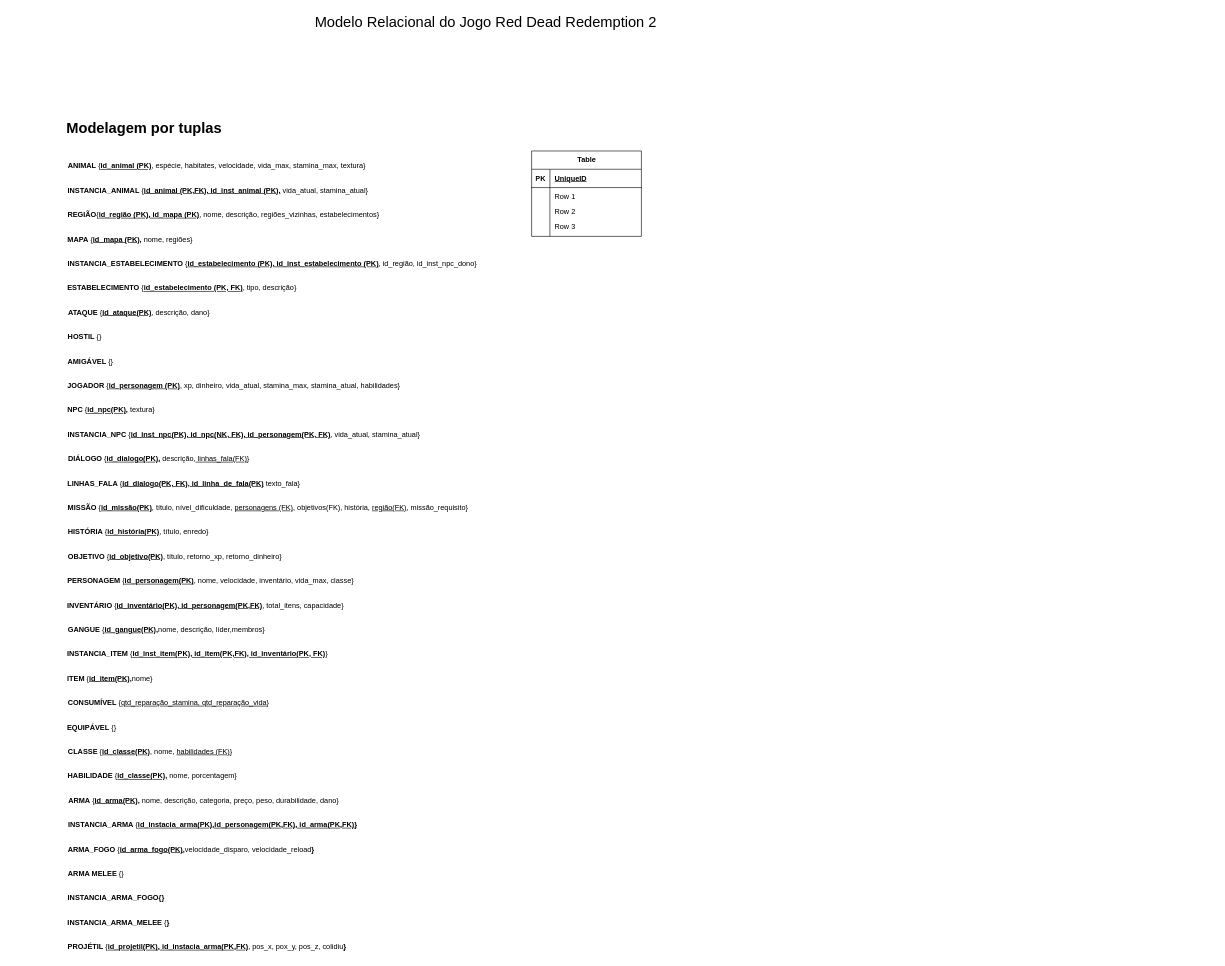
Before: entregas/entrega1/MREL/MREL.drawio in SBD1/2024.1-Red_Dead_Redemption2, a draw.io diagram. Source tidied: cells renumbered, new cells numbered last; positions are measured from the earlier drawing's top-left corner, leaving out a move shared by most shapes. Both pictures are drawn from the tidied source at 61%, with x=0, y=0 at pixel (10, 10).
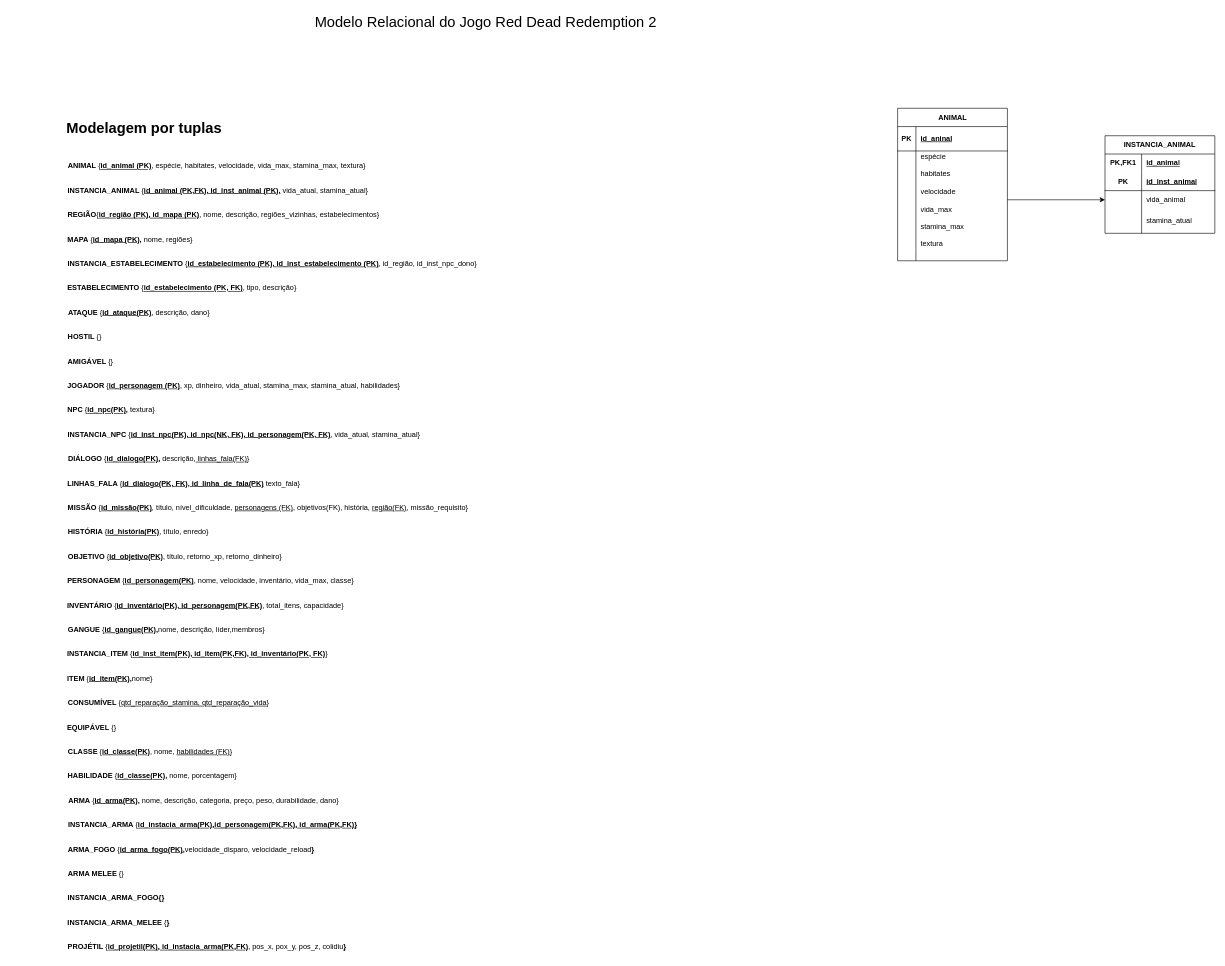
The same page after the edit.

Commit message:
Adicionas as primeiras tabelas MREL.drawio

The edit, as a diff of the source:
```diff
@@
-    <mxCell id="2" value="Table" style="shape=table;startSize=30;childLayout=tableLayout;rowLines=0;fontStyle=1;align=center;html=1;" parent="1" vertex="1">
-      <mxGeometry x="854" y="230" width="180" height="140" as="geometry" />
+    <mxCell id="2" value="ANIMAL" style="shape=table;startSize=30;childLayout=tableLayout;rowLines=0;fontStyle=1;align=center;html=1;" parent="1" vertex="1">
+      <mxGeometry x="1454" y="160" width="180" height="250" as="geometry" />
     </mxCell>
     <mxCell id="3" style="shape=tableRow;horizontal=0;startSize=0;swimlaneHead=0;swimlaneBody=0;fillColor=none;top=0;left=0;right=0;bottom=1;" parent="2" vertex="1">
-      <mxGeometry y="30" width="180" height="30" as="geometry" />
+      <mxGeometry y="30" width="180" height="40" as="geometry" />
     </mxCell>
     <mxCell id="4" value="PK" style="shape=partialRectangle;fillColor=none;top=0;left=0;bottom=0;right=0;fontStyle=1;overflow=hidden;whiteSpace=wrap;html=1;" parent="3" vertex="1">
-      <mxGeometry width="30" height="30" as="geometry" />
+      <mxGeometry width="30" height="40" as="geometry" />
     </mxCell>
-    <mxCell id="5" value="UniqueID" style="shape=partialRectangle;fillColor=none;top=0;left=0;bottom=0;right=0;align=left;spacingLeft=6;fontStyle=5;overflow=hidden;whiteSpace=wrap;html=1;" parent="3" vertex="1">
-      <mxGeometry x="30" width="150" height="30" as="geometry" />
+    <mxCell id="5" value="id_aninal" style="shape=partialRectangle;fillColor=none;top=0;left=0;bottom=0;right=0;align=left;spacingLeft=6;fontStyle=5;overflow=hidden;whiteSpace=wrap;html=1;" parent="3" vertex="1">
+      <mxGeometry x="30" width="150" height="40" as="geometry" />
     </mxCell>
     <mxCell id="6" style="shape=tableRow;horizontal=0;startSize=0;swimlaneHead=0;swimlaneBody=0;fillColor=none;points=[[0,0.5],[1,0.5]];portConstraint=eastwest;top=0;left=0;right=0;bottom=0;" parent="2" vertex="1">
-      <mxGeometry y="60" width="180" height="30" as="geometry" />
+      <mxGeometry y="70" width="180" height="160" as="geometry" />
     </mxCell>
     <mxCell id="7" style="shape=partialRectangle;fillColor=none;top=0;left=0;bottom=0;right=0;overflow=hidden;whiteSpace=wrap;html=1;" parent="6" vertex="1">
-      <mxGeometry width="30" height="30" as="geometry" />
+      <mxGeometry width="30" height="160" as="geometry" />
     </mxCell>
-    <mxCell id="8" value="Row 1" style="shape=partialRectangle;fillColor=none;top=0;left=0;bottom=0;right=0;align=left;spacingLeft=6;overflow=hidden;whiteSpace=wrap;html=1;" parent="6" vertex="1">
-      <mxGeometry x="30" width="150" height="30" as="geometry" />
+    <mxCell id="8" value="espécie&lt;br&gt;&lt;br&gt;&lt;div&gt;habitates&lt;br&gt;&lt;br&gt;velocidade&lt;br&gt;&lt;br&gt;vida_max&lt;br&gt;&lt;br&gt;stamina_max&lt;br&gt;&lt;br&gt;textura&lt;/div&gt;&lt;div&gt;&lt;br&gt;&lt;/div&gt;" style="shape=partialRectangle;fillColor=none;top=0;left=0;bottom=0;right=0;align=left;spacingLeft=6;overflow=hidden;whiteSpace=wrap;html=1;" parent="6" vertex="1">
+      <mxGeometry x="30" width="150" height="160" as="geometry" />
     </mxCell>
     <mxCell id="9" style="shape=tableRow;horizontal=0;startSize=0;swimlaneHead=0;swimlaneBody=0;fillColor=none;top=0;left=0;right=0;bottom=0;" parent="2" vertex="1">
-      <mxGeometry y="90" width="180" height="20" as="geometry" />
+      <mxGeometry y="230" width="180" height="20" as="geometry" />
     </mxCell>
@@
-    <mxCell id="11" value="Row 2" style="shape=partialRectangle;fillColor=none;top=0;left=0;bottom=0;right=0;align=left;spacingLeft=6;overflow=hidden;whiteSpace=wrap;html=1;" parent="9" vertex="1">
+    <mxCell id="11" style="shape=partialRectangle;fillColor=none;top=0;left=0;bottom=0;right=0;align=left;spacingLeft=6;overflow=hidden;whiteSpace=wrap;html=1;" parent="9" vertex="1">
       <mxGeometry x="30" width="150" height="20" as="geometry" />
     </mxCell>
-    <mxCell id="12" style="shape=tableRow;horizontal=0;startSize=0;swimlaneHead=0;swimlaneBody=0;fillColor=none;top=0;left=0;right=0;bottom=0;" parent="2" vertex="1">
-      <mxGeometry y="110" width="180" height="30" as="geometry" />
-    </mxCell>
-    <mxCell id="13" style="shape=partialRectangle;fillColor=none;top=0;left=0;bottom=0;right=0;overflow=hidden;whiteSpace=wrap;html=1;" parent="12" vertex="1">
-      <mxGeometry width="30" height="30" as="geometry" />
-    </mxCell>
-    <mxCell id="14" value="Row 3" style="shape=partialRectangle;fillColor=none;top=0;left=0;bottom=0;right=0;align=left;spacingLeft=6;overflow=hidden;whiteSpace=wrap;html=1;" parent="12" vertex="1">
-      <mxGeometry x="30" width="150" height="30" as="geometry" />
-    </mxCell>
@@
+    <mxCell id="50" value="INSTANCIA_ANIMAL" style="shape=table;startSize=30;childLayout=tableLayout;rowLines=0;fontStyle=1;align=center;html=1;whiteSpace=wrap;" parent="1" vertex="1">
+      <mxGeometry x="1794" y="205" width="180" height="160" as="geometry" />
+    </mxCell>
+    <mxCell id="51" style="shape=tableRow;horizontal=0;startSize=0;swimlaneHead=0;swimlaneBody=0;fillColor=none;top=0;left=0;right=0;bottom=0;html=1;" parent="50" vertex="1">
+      <mxGeometry y="30" width="180" height="30" as="geometry" />
+    </mxCell>
+    <mxCell id="52" value="PK,FK1" style="shape=partialRectangle;fillColor=none;top=0;left=0;bottom=0;right=0;fontStyle=1;overflow=hidden;html=1;whiteSpace=wrap;" parent="51" vertex="1">
+      <mxGeometry width="60" height="30" as="geometry" />
+    </mxCell>
+    <mxCell id="53" value="id_animal" style="shape=partialRectangle;fillColor=none;top=0;left=0;bottom=0;right=0;align=left;spacingLeft=6;fontStyle=5;overflow=hidden;html=1;whiteSpace=wrap;" parent="51" vertex="1">
+      <mxGeometry x="60" width="120" height="30" as="geometry" />
+    </mxCell>
+    <mxCell id="54" style="shape=tableRow;horizontal=0;startSize=0;swimlaneHead=0;swimlaneBody=0;fillColor=none;top=0;left=0;right=0;bottom=1;html=1;" parent="50" vertex="1">
+      <mxGeometry y="60" width="180" height="30" as="geometry" />
+    </mxCell>
+    <mxCell id="55" value="PK" style="shape=partialRectangle;fillColor=none;top=0;left=0;bottom=0;right=0;fontStyle=1;overflow=hidden;html=1;whiteSpace=wrap;" parent="54" vertex="1">
+      <mxGeometry width="60" height="30" as="geometry" />
+    </mxCell>
+    <mxCell id="56" value="id_inst_animal" style="shape=partialRectangle;fillColor=none;top=0;left=0;bottom=0;right=0;align=left;spacingLeft=6;fontStyle=5;overflow=hidden;html=1;whiteSpace=wrap;" parent="54" vertex="1">
+      <mxGeometry x="60" width="120" height="30" as="geometry" />
+    </mxCell>
+    <mxCell id="57" style="shape=tableRow;horizontal=0;startSize=0;swimlaneHead=0;swimlaneBody=0;fillColor=none;points=[[0,0.5],[1,0.5]];portConstraint=eastwest;top=0;left=0;right=0;bottom=0;html=1;" parent="50" vertex="1">
+      <mxGeometry y="90" width="180" height="30" as="geometry" />
+    </mxCell>
+    <mxCell id="58" style="shape=partialRectangle;fillColor=none;top=0;left=0;bottom=0;right=0;overflow=hidden;html=1;whiteSpace=wrap;" parent="57" vertex="1">
+      <mxGeometry width="60" height="30" as="geometry" />
+    </mxCell>
+    <mxCell id="59" value="vida_animal" style="shape=partialRectangle;fillColor=none;top=0;left=0;bottom=0;right=0;align=left;spacingLeft=6;overflow=hidden;html=1;whiteSpace=wrap;" parent="57" vertex="1">
+      <mxGeometry x="60" width="120" height="30" as="geometry" />
+    </mxCell>
+    <mxCell id="60" style="shape=tableRow;horizontal=0;startSize=0;swimlaneHead=0;swimlaneBody=0;fillColor=none;top=0;left=0;right=0;bottom=0;html=1;" parent="50" vertex="1">
+      <mxGeometry y="120" width="180" height="40" as="geometry" />
+    </mxCell>
+    <mxCell id="61" style="shape=partialRectangle;fillColor=none;top=0;left=0;bottom=0;right=0;overflow=hidden;html=1;whiteSpace=wrap;" parent="60" vertex="1">
+      <mxGeometry width="60" height="40" as="geometry" />
+    </mxCell>
+    <mxCell id="62" value="stamina_atual" style="shape=partialRectangle;fillColor=none;top=0;left=0;bottom=0;right=0;align=left;spacingLeft=6;overflow=hidden;html=1;whiteSpace=wrap;" parent="60" vertex="1">
+      <mxGeometry x="60" width="120" height="40" as="geometry" />
+    </mxCell>
+    <mxCell id="63" style="edgeStyle=orthogonalEdgeStyle;rounded=0;jettySize=auto;html=1;exitX=1;exitY=0.5;exitDx=0;exitDy=0;entryX=0;entryY=0.5;entryDx=0;entryDy=0;" parent="1" edge="1" source="6" target="57">
+      <mxGeometry relative="1" as="geometry" />
+    </mxCell>
```
